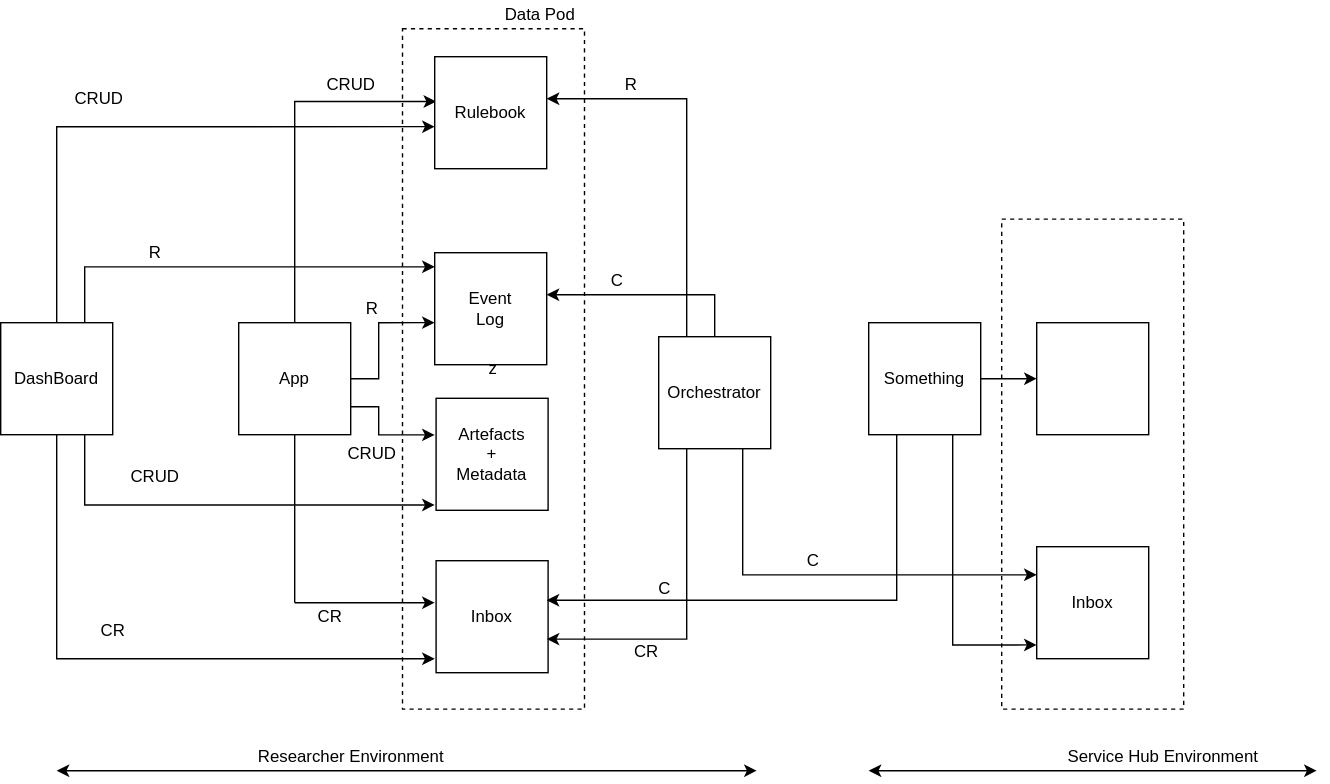
Before: images/mellon-crud-app.svg, a diagram exported from draw.io (MellonScholarlyCommunication/spec-overview). Source tidied: cells renumbered, new cells last; positions are measured from the earlier drawing's top-left corner, leaving out a move shared by most shapes.
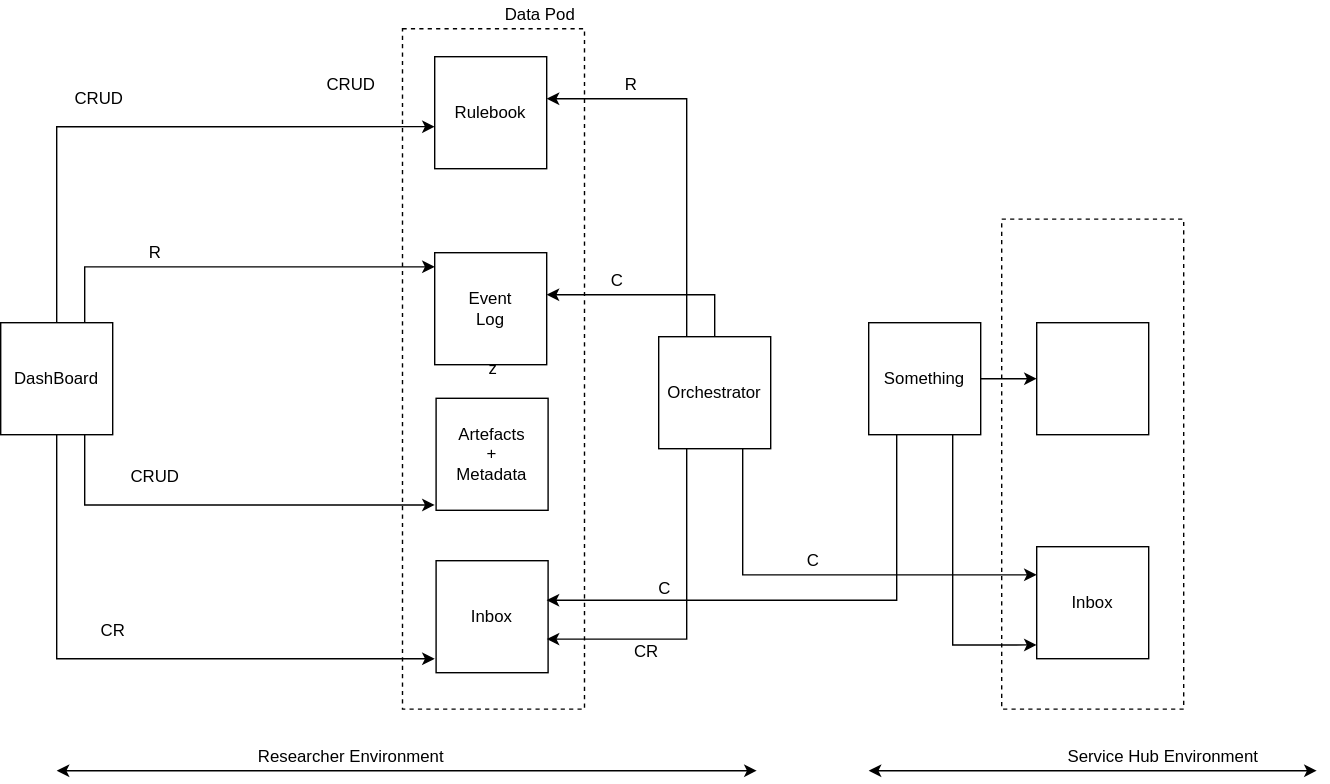
After the change.

What changed in the source:
```diff
@@ -5,18 +5,6 @@
     <mxCell id="2" value="z" style="rounded=0;whiteSpace=wrap;html=1;dashed=1;fillColor=none;" parent="1" vertex="1">
       <mxGeometry x="287" y="20" width="130" height="486" as="geometry" />
     </mxCell>
-    <mxCell id="3" style="edgeStyle=orthogonalEdgeStyle;rounded=0;jettySize=auto;html=1;exitX=0.5;exitY=0;exitDx=0;exitDy=0;entryX=0.013;entryY=0.4;entryDx=0;entryDy=0;entryPerimeter=0;" parent="1" edge="1" source="6" target="12">
-      <mxGeometry relative="1" as="geometry" />
-    </mxCell>
-    <mxCell id="4" style="edgeStyle=orthogonalEdgeStyle;rounded=0;jettySize=auto;html=1;exitX=1;exitY=0.5;exitDx=0;exitDy=0;entryX=0.177;entryY=0.432;entryDx=0;entryDy=0;entryPerimeter=0;" parent="1" edge="1" source="6" target="2">
-      <mxGeometry relative="1" as="geometry" />
-    </mxCell>
-    <mxCell id="5" style="edgeStyle=orthogonalEdgeStyle;rounded=0;jettySize=auto;html=1;exitX=1;exitY=0.75;exitDx=0;exitDy=0;entryX=0.177;entryY=0.597;entryDx=0;entryDy=0;entryPerimeter=0;" parent="1" edge="1" source="6" target="2">
-      <mxGeometry relative="1" as="geometry" />
-    </mxCell>
-    <mxCell id="6" value="App" style="whiteSpace=wrap;html=1;" parent="1" vertex="1">
-      <mxGeometry x="170" y="230" width="80" height="80" as="geometry" />
-    </mxCell>
     <mxCell id="7" style="edgeStyle=orthogonalEdgeStyle;rounded=0;jettySize=auto;html=1;exitX=0.5;exitY=0;exitDx=0;exitDy=0;entryX=0.177;entryY=0.144;entryDx=0;entryDy=0;entryPerimeter=0;" parent="1" edge="1" source="11" target="2">
       <mxGeometry relative="1" as="geometry" />
     </mxCell>
@@ -99,15 +87,6 @@
     <mxCell id="26" value="CRUD" style="text;html=1;align=center;verticalAlign=middle;strokeColor=none;" parent="1" vertex="1">
       <mxGeometry x="225" y="50" width="50" height="20" as="geometry" />
     </mxCell>
-    <mxCell id="27" value="R" style="text;html=1;align=center;verticalAlign=middle;strokeColor=none;" parent="1" vertex="1">
-      <mxGeometry x="255" y="210" width="20" height="20" as="geometry" />
-    </mxCell>
-    <mxCell id="28" value="CRUD" style="text;html=1;align=center;verticalAlign=middle;strokeColor=none;" parent="1" vertex="1">
-      <mxGeometry x="240" y="314" width="50" height="20" as="geometry" />
-    </mxCell>
-    <mxCell id="29" value="CR" style="text;html=1;align=center;verticalAlign=middle;strokeColor=none;" parent="1" vertex="1">
-      <mxGeometry x="220" y="430" width="30" height="20" as="geometry" />
-    </mxCell>
     <mxCell id="30" value="C" style="text;html=1;align=center;verticalAlign=middle;strokeColor=none;" parent="1" vertex="1">
       <mxGeometry x="430" y="190" width="20" height="20" as="geometry" />
     </mxCell>
@@ -150,17 +129,6 @@
     <mxCell id="41" style="whiteSpace=wrap;html=1;" parent="1" vertex="1">
       <mxGeometry x="740" y="230" width="80" height="80" as="geometry" />
     </mxCell>
-    <mxCell id="42" style="endArrow=none;html=1;entryX=0.5;entryY=1;entryDx=0;entryDy=0;" parent="1" edge="1" target="6">
-      <mxGeometry relative="1" as="geometry">
-        <mxPoint x="210" y="430" as="sourcePoint" />
-      </mxGeometry>
-    </mxCell>
-    <mxCell id="43" style="endArrow=classic;html=1;" parent="1" edge="1">
-      <mxGeometry relative="1" as="geometry">
-        <mxPoint x="210" y="430" as="sourcePoint" />
-        <mxPoint x="310" y="430" as="targetPoint" />
-      </mxGeometry>
-    </mxCell>
     <mxCell id="44" value="CRUD" style="text;html=1;align=center;verticalAlign=middle;strokeColor=none;" parent="1" vertex="1">
       <mxGeometry x="45" y="60" width="50" height="20" as="geometry" />
     </mxCell>
```
